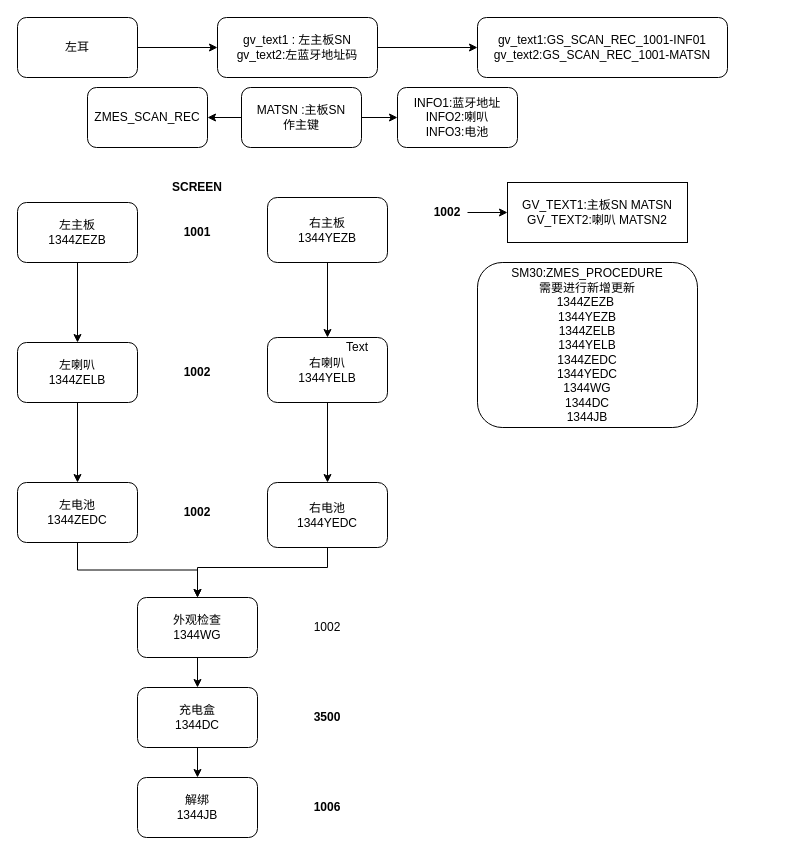
jax-pzh/abap_test keeps this draw.io diagram as 1344.drawio. Above is the earlier version. Source tidied: cells renumbered, new cells numbered last; positions are measured from the earlier drawing's top-left corner, leaving out a move shared by most shapes. Both pictures are drawn from the tidied source at 100%, with x=0, y=0 at pixel (17, 17).
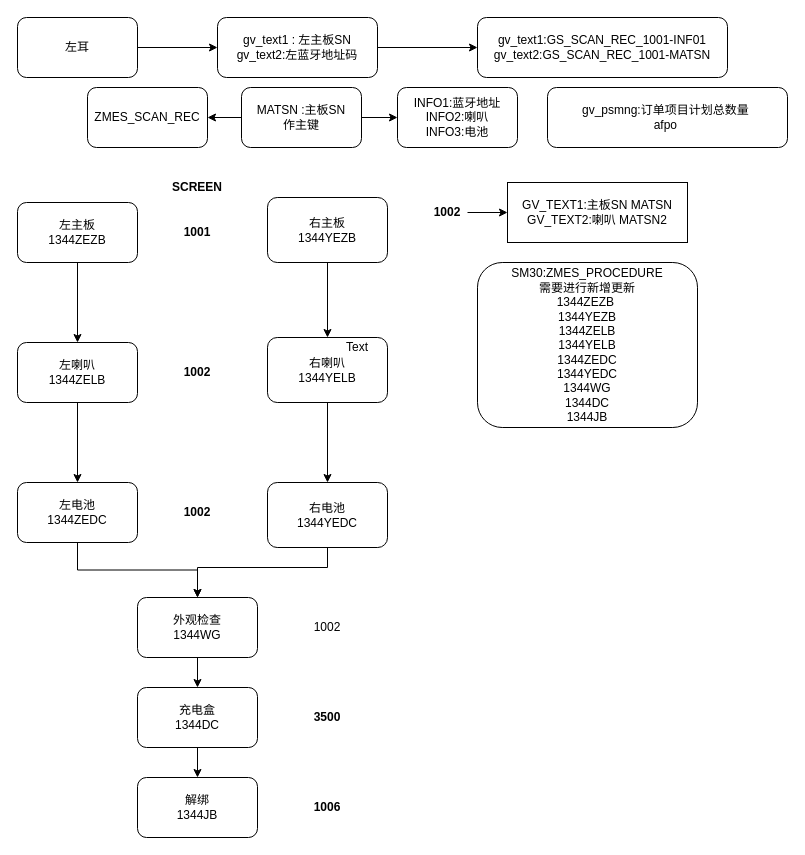
Above is the later version.

The edit, as a diff of the source:
```diff
@@
+    <mxCell id="41" value="gv_psmng:订单项目计划总数量&amp;nbsp;&lt;br&gt;afpo&amp;nbsp;" style="rounded=1;whiteSpace=wrap;html=1;" parent="1" vertex="1">
+      <mxGeometry x="530" y="70" width="240" height="60" as="geometry" />
+    </mxCell>
```
